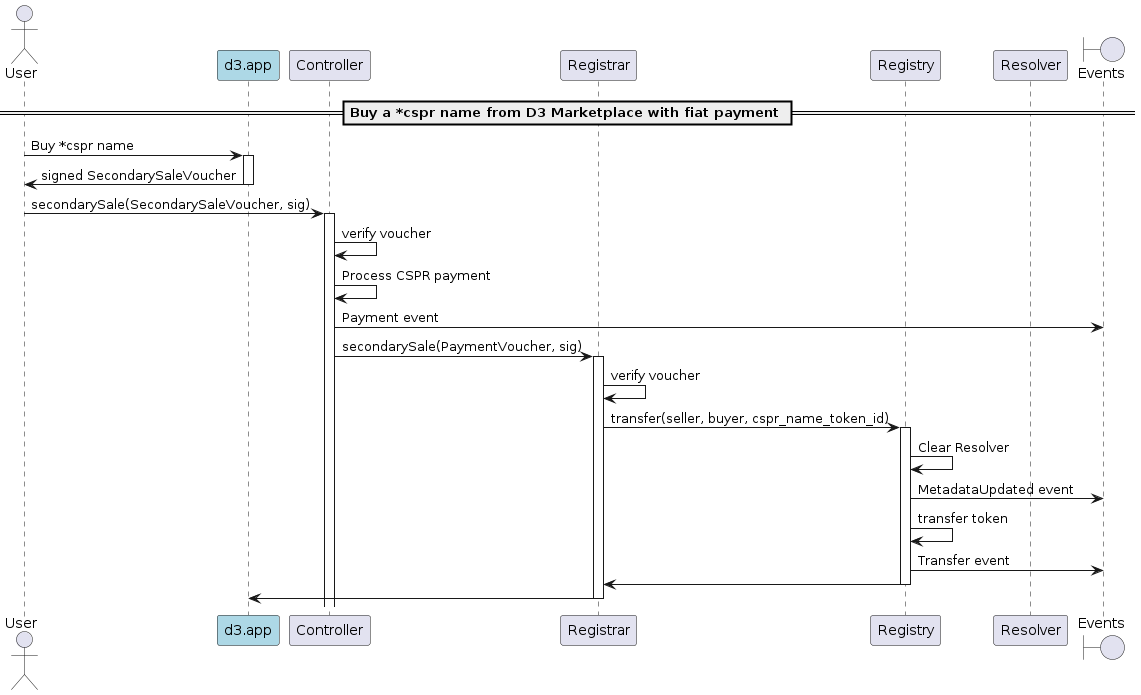
The PlantUML diagram docs/sequence-diagrams/puml/d3-marketplace-buy-cspr-token.png in make-software/cspr-name-contracts, before a commit. Source of this version:
```plantuml
@startuml

actor User
participant "d3.app" as d3 #lightblue
participant "Controller"
participant "Registrar"
participant "Registry"
participant "Resolver"
boundary "Events"

== Buy a *cspr name from D3 Marketplace with fiat payment ==

User -> d3: Buy *cspr name
activate d3
d3 -> User: signed SecondarySaleVoucher
deactivate d3

User -> Controller: secondarySale(SecondarySaleVoucher, sig)
activate Controller
Controller -> Controller: verify voucher
Controller -> Controller: Process CSPR payment
Controller -> "Events": Payment event
Controller -> Registrar: secondarySale(PaymentVoucher, sig)

activate Registrar
Registrar -> Registrar: verify voucher
Registrar -> Registry: transfer(seller, buyer, cspr_name_token_id)
activate Registry
Registry -> Registry: Clear Resolver
Registry -> "Events": MetadataUpdated event
Registry -> Registry: transfer token
Registry -> "Events": Transfer event
Registry -> Registrar
deactivate Registry
Registrar -> d3
deactivate Registrar
deactivate d3

@enduml
```
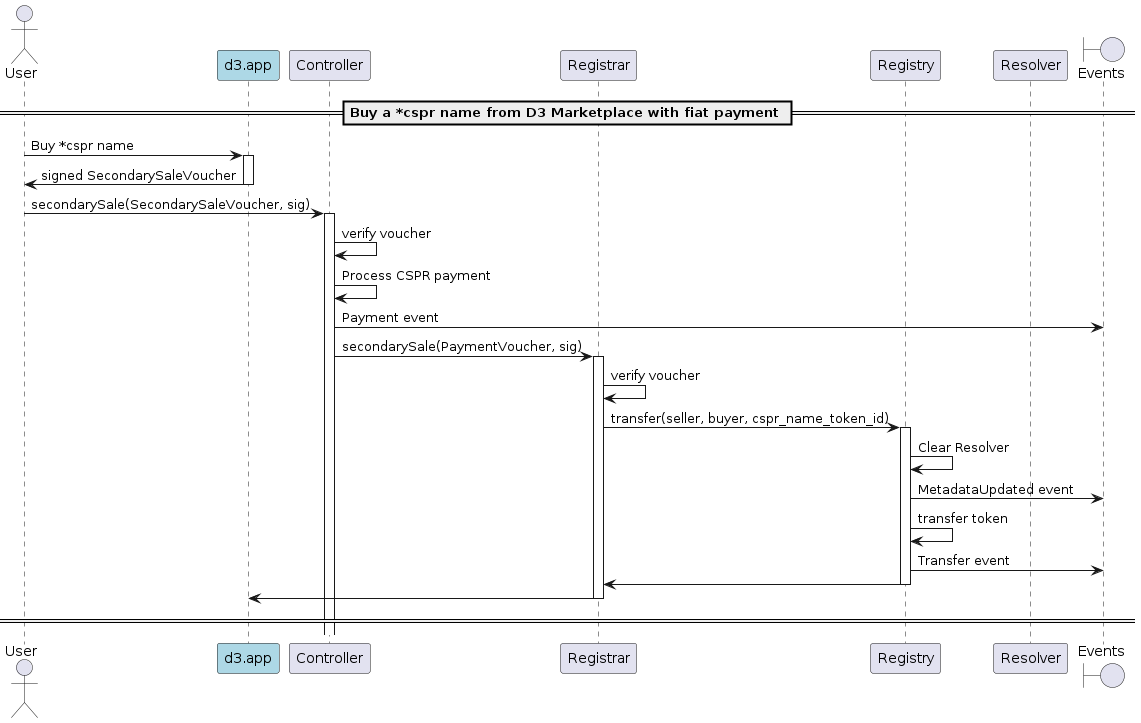
The same diagram one commit later.

The edit, as a diff of the source:
```diff
@@ -36,4 +36,6 @@
 deactivate Registrar
 deactivate d3
 
+== ==
+
 @enduml
```
